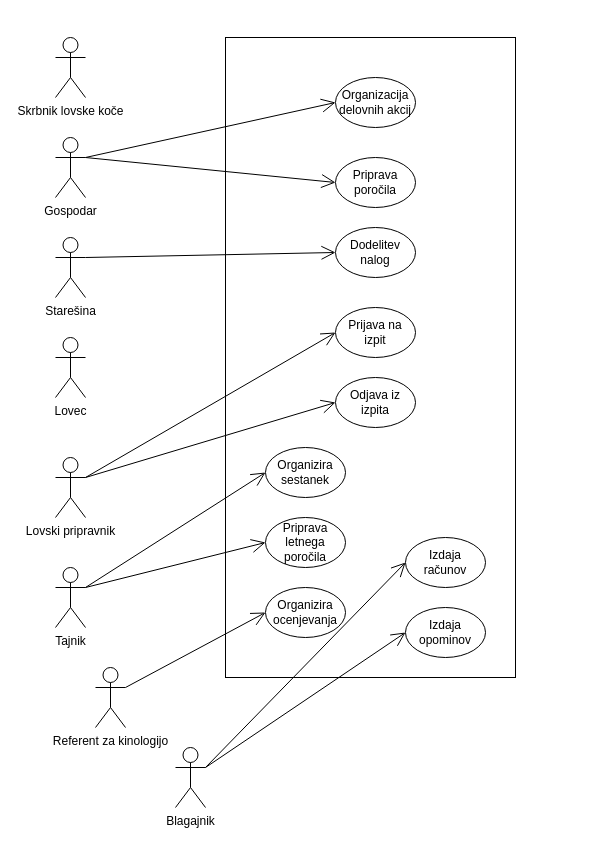
Above: TestniDiagramLovstvo.drawio in ErnestISv/Lovstvo (draw.io), before the change. Source tidied: cells renumbered, new cells numbered last; positions are measured from the earlier drawing's top-left corner, leaving out a move shared by most shapes. Both pictures are drawn from the tidied source at 100%, with x=0, y=0 at pixel (55, 37).
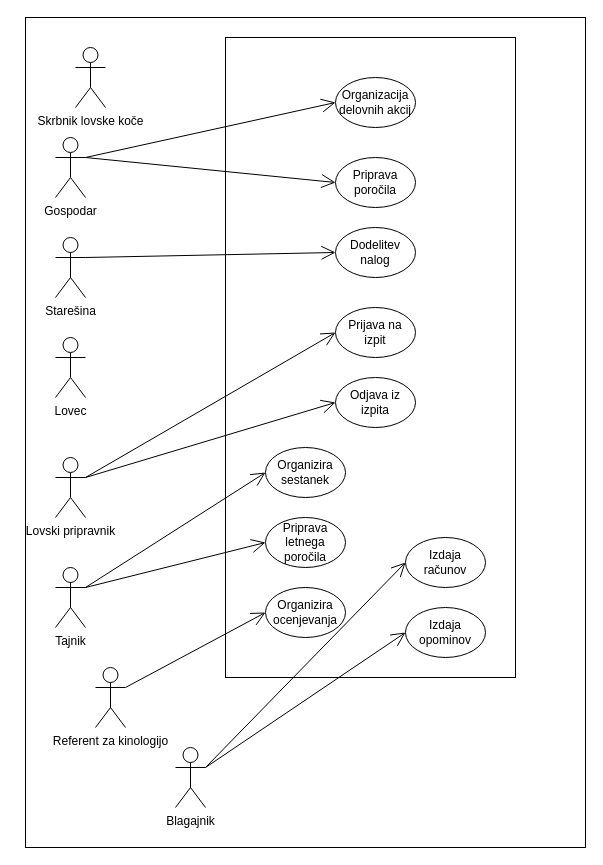
After the change.

What changed in the source:
```diff
@@
+    <mxCell id="31" style="rounded=0;whiteSpace=wrap;html=1;" parent="1" vertex="1">
+      <mxGeometry x="-30" y="-20" width="560" height="830" as="geometry" />
+    </mxCell>
@@
     <mxCell id="7" value="Skrbnik lovske koče" style="shape=umlActor;verticalLabelPosition=bottom;verticalAlign=top;html=1;" parent="1" vertex="1">
-      <mxGeometry width="30" height="60" as="geometry" />
+      <mxGeometry x="20" y="10" width="30" height="60" as="geometry" />
     </mxCell>
```
